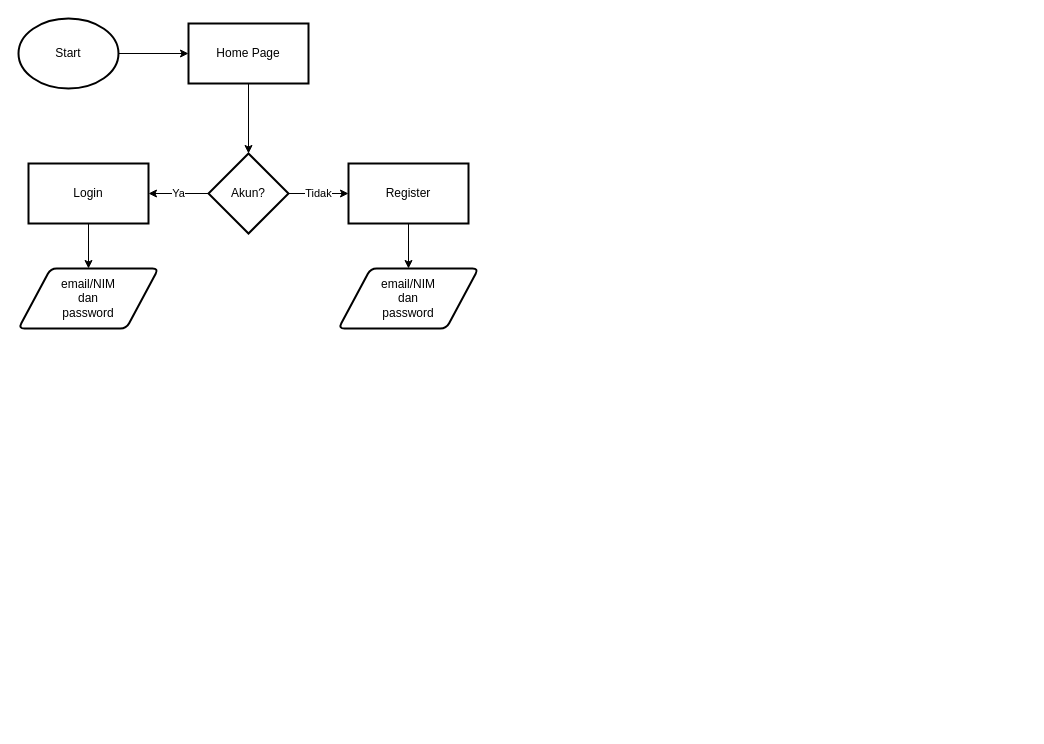
GibransLF/minprokrs keeps this draw.io diagram as page "mahasiswa" (2 of 2) of Untitled Diagram.drawio. Above is the earlier version. Source tidied: cells renumbered, new cells numbered last; positions are measured from the earlier drawing's top-left corner, leaving out a move shared by most shapes. Both pictures are drawn from the tidied source at 100%, with x=0, y=0 at pixel (18, 18).
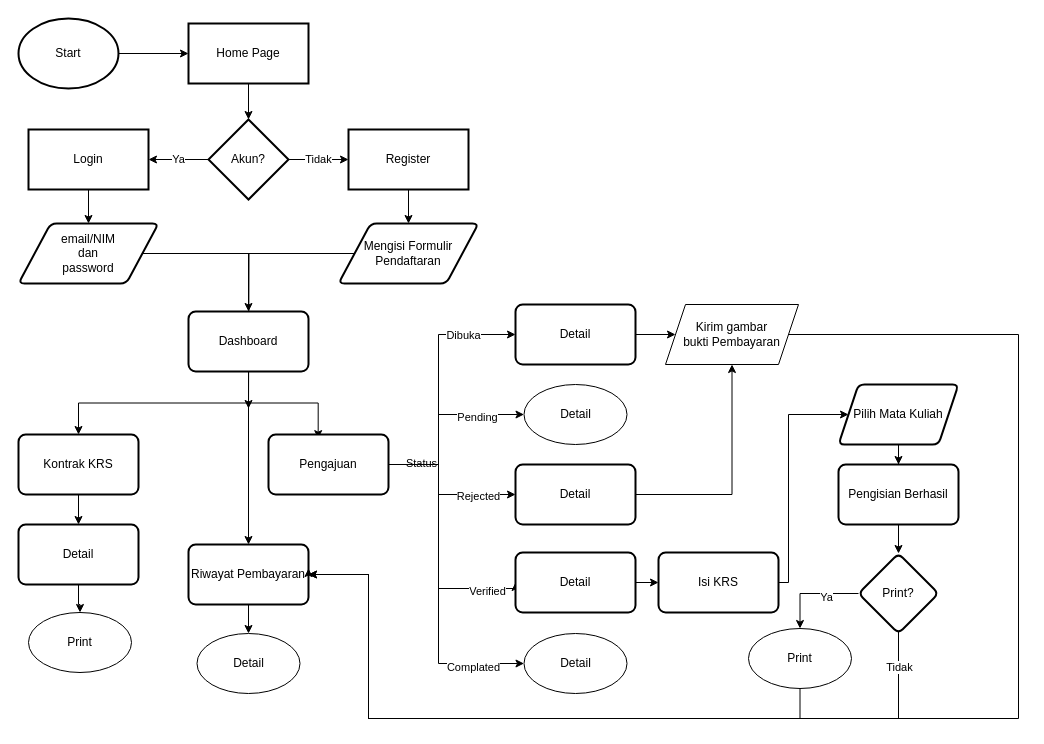
The same diagram, later.

The edit, as a diff of the source:
```diff
@@
     <mxCell id="8" value="Akun?" style="rhombus;whiteSpace=wrap;html=1;strokeWidth=2;" parent="1" vertex="1">
-      <mxGeometry x="190" y="135" width="80" height="80" as="geometry" />
+      <mxGeometry x="190" y="101" width="80" height="80" as="geometry" />
     </mxCell>
@@
     <mxCell id="10" value="Login" style="whiteSpace=wrap;html=1;strokeWidth=2;" parent="1" vertex="1">
-      <mxGeometry x="10" y="145" width="120" height="60" as="geometry" />
+      <mxGeometry x="10" y="111" width="120" height="60" as="geometry" />
     </mxCell>
@@
     <mxCell id="12" value="Register" style="whiteSpace=wrap;html=1;strokeWidth=2;" parent="1" vertex="1">
-      <mxGeometry x="330" y="145" width="120" height="60" as="geometry" />
+      <mxGeometry x="330" y="111" width="120" height="60" as="geometry" />
     </mxCell>
+    <mxCell id="15" style="edgeStyle=orthogonalEdgeStyle;rounded=0;jettySize=auto;html=1;" parent="1" edge="1" source="13">
+      <mxGeometry relative="1" as="geometry">
+        <mxPoint x="230" y="390" as="targetPoint" />
+      </mxGeometry>
+    </mxCell>
     <mxCell id="13" value="email/NIM &lt;br&gt;dan &lt;br&gt;password" style="shape=parallelogram;html=1;strokeWidth=2;perimeter=parallelogramPerimeter;whiteSpace=wrap;rounded=1;arcSize=12;size=0.23;" parent="1" vertex="1">
-      <mxGeometry y="250" width="140" height="60" as="geometry" />
+      <mxGeometry y="205" width="140" height="60" as="geometry" />
     </mxCell>
+    <mxCell id="16" style="edgeStyle=orthogonalEdgeStyle;rounded=0;jettySize=auto;html=1;" parent="1" edge="1" source="14" target="20">
+      <mxGeometry relative="1" as="geometry" />
+    </mxCell>
-    <mxCell id="14" value="email/NIM &lt;br&gt;dan &lt;br&gt;password" style="shape=parallelogram;html=1;strokeWidth=2;perimeter=parallelogramPerimeter;whiteSpace=wrap;rounded=1;arcSize=12;size=0.23;" parent="1" vertex="1">
-      <mxGeometry x="320" y="250" width="140" height="60" as="geometry" />
+    <mxCell id="14" value="Mengisi Formulir Pendaftaran" style="shape=parallelogram;html=1;strokeWidth=2;perimeter=parallelogramPerimeter;whiteSpace=wrap;rounded=1;arcSize=12;size=0.23;" parent="1" vertex="1">
+      <mxGeometry x="320" y="205" width="140" height="60" as="geometry" />
     </mxCell>
+    <mxCell id="17" style="edgeStyle=orthogonalEdgeStyle;rounded=0;jettySize=auto;html=1;entryX=0.414;entryY=0.069;entryDx=0;entryDy=0;entryPerimeter=0;" parent="1" edge="1" source="20" target="32">
+      <mxGeometry relative="1" as="geometry" />
+    </mxCell>
+    <mxCell id="18" style="edgeStyle=orthogonalEdgeStyle;rounded=0;jettySize=auto;html=1;" parent="1" edge="1" source="20" target="46">
+      <mxGeometry relative="1" as="geometry" />
+    </mxCell>
+    <mxCell id="19" style="edgeStyle=orthogonalEdgeStyle;rounded=0;jettySize=auto;html=1;exitX=0.5;exitY=1;exitDx=0;exitDy=0;" parent="1" edge="1" source="20" target="60">
+      <mxGeometry relative="1" as="geometry" />
+    </mxCell>
+    <mxCell id="20" value="Dashboard" style="whiteSpace=wrap;html=1;strokeWidth=2;rounded=1;arcSize=12;" parent="1" vertex="1">
+      <mxGeometry x="170" y="293" width="120" height="60" as="geometry" />
+    </mxCell>
+    <mxCell id="21" style="edgeStyle=orthogonalEdgeStyle;rounded=0;jettySize=auto;html=1;entryX=0;entryY=0.5;entryDx=0;entryDy=0;" parent="1" edge="1" source="32" target="34">
+      <mxGeometry relative="1" as="geometry">
+        <Array as="points">
+          <mxPoint x="420" y="446" />
+          <mxPoint x="420" y="316" />
+        </Array>
+      </mxGeometry>
+    </mxCell>
+    <mxCell id="22" value="Dibuka" style="edgeLabel;html=1;align=center;verticalAlign=middle;" parent="21" vertex="1">
+      <mxGeometry x="0.59" relative="1" as="geometry" />
+    </mxCell>
+    <mxCell id="23" style="edgeStyle=orthogonalEdgeStyle;rounded=0;jettySize=auto;html=1;entryX=0;entryY=0.5;entryDx=0;entryDy=0;" parent="1" edge="1" source="32" target="47">
+      <mxGeometry relative="1" as="geometry">
+        <Array as="points">
+          <mxPoint x="420" y="446" />
+          <mxPoint x="420" y="396" />
+        </Array>
+      </mxGeometry>
+    </mxCell>
+    <mxCell id="24" value="Status" style="edgeLabel;html=1;align=center;verticalAlign=middle;" parent="23" vertex="1">
+      <mxGeometry x="-0.65" y="2" relative="1" as="geometry" />
+    </mxCell>
+    <mxCell id="25" value="Pending" style="edgeLabel;html=1;align=center;verticalAlign=middle;" parent="23" vertex="1">
+      <mxGeometry x="0.49" y="-2" relative="1" as="geometry" />
+    </mxCell>
+    <mxCell id="26" style="edgeStyle=orthogonalEdgeStyle;rounded=0;jettySize=auto;html=1;" parent="1" edge="1" source="32" target="38">
+      <mxGeometry relative="1" as="geometry">
+        <Array as="points">
+          <mxPoint x="420" y="446" />
+          <mxPoint x="420" y="476" />
+        </Array>
+      </mxGeometry>
+    </mxCell>
+    <mxCell id="27" value="Rejected" style="edgeLabel;html=1;align=center;verticalAlign=middle;" parent="26" vertex="1">
+      <mxGeometry x="0.52" y="-1" relative="1" as="geometry" />
+    </mxCell>
+    <mxCell id="28" style="edgeStyle=orthogonalEdgeStyle;rounded=0;jettySize=auto;html=1;entryX=0;entryY=0.5;entryDx=0;entryDy=0;exitX=1;exitY=0.5;exitDx=0;exitDy=0;" parent="1" edge="1" source="32" target="48">
+      <mxGeometry relative="1" as="geometry">
+        <Array as="points">
+          <mxPoint x="420" y="446" />
+          <mxPoint x="420" y="645" />
+        </Array>
+      </mxGeometry>
+    </mxCell>
+    <mxCell id="29" value="Complated" style="edgeLabel;html=1;align=center;verticalAlign=middle;" parent="28" vertex="1">
+      <mxGeometry x="0.69" y="-3" relative="1" as="geometry" />
+    </mxCell>
+    <mxCell id="30" style="edgeStyle=orthogonalEdgeStyle;rounded=0;jettySize=auto;html=1;entryX=0;entryY=0.5;entryDx=0;entryDy=0;" parent="1" edge="1" source="32" target="40">
+      <mxGeometry relative="1" as="geometry">
+        <Array as="points">
+          <mxPoint x="420" y="446" />
+          <mxPoint x="420" y="570" />
+          <mxPoint x="497" y="570" />
+        </Array>
+      </mxGeometry>
+    </mxCell>
+    <mxCell id="31" value="Verified" style="edgeLabel;html=1;align=center;verticalAlign=middle;" parent="30" vertex="1">
+      <mxGeometry x="0.73" y="-2" relative="1" as="geometry" />
+    </mxCell>
+    <mxCell id="32" value="Pengajuan" style="whiteSpace=wrap;html=1;strokeWidth=2;rounded=1;arcSize=12;" parent="1" vertex="1">
+      <mxGeometry x="250" y="416" width="120" height="60" as="geometry" />
+    </mxCell>
+    <mxCell id="33" style="edgeStyle=orthogonalEdgeStyle;rounded=0;jettySize=auto;html=1;" parent="1" edge="1" source="34" target="36">
+      <mxGeometry relative="1" as="geometry" />
+    </mxCell>
+    <mxCell id="34" value="Detail" style="whiteSpace=wrap;html=1;strokeWidth=2;rounded=1;arcSize=12;" parent="1" vertex="1">
+      <mxGeometry x="497" y="286" width="120" height="60" as="geometry" />
+    </mxCell>
+    <mxCell id="35" style="edgeStyle=orthogonalEdgeStyle;rounded=0;jettySize=auto;html=1;entryX=1;entryY=0.5;entryDx=0;entryDy=0;exitX=1;exitY=0.5;exitDx=0;exitDy=0;" parent="1" edge="1" source="36" target="46">
+      <mxGeometry relative="1" as="geometry">
+        <Array as="points">
+          <mxPoint x="1000" y="316" />
+          <mxPoint x="1000" y="700" />
+          <mxPoint x="350" y="700" />
+          <mxPoint x="350" y="556" />
+        </Array>
+      </mxGeometry>
+    </mxCell>
+    <mxCell id="36" value="Kirim gambar&lt;br&gt;bukti Pembayaran" style="shape=parallelogram;perimeter=parallelogramPerimeter;whiteSpace=wrap;html=1;fixedSize=1;" parent="1" vertex="1">
+      <mxGeometry x="647" y="286" width="133" height="60" as="geometry" />
+    </mxCell>
+    <mxCell id="37" style="edgeStyle=orthogonalEdgeStyle;rounded=0;jettySize=auto;html=1;entryX=0.5;entryY=1;entryDx=0;entryDy=0;" parent="1" edge="1" source="38" target="36">
+      <mxGeometry relative="1" as="geometry" />
+    </mxCell>
+    <mxCell id="38" value="Detail" style="whiteSpace=wrap;html=1;strokeWidth=2;rounded=1;arcSize=12;" parent="1" vertex="1">
+      <mxGeometry x="497" y="446" width="120" height="60" as="geometry" />
+    </mxCell>
+    <mxCell id="39" style="edgeStyle=orthogonalEdgeStyle;rounded=0;jettySize=auto;html=1;" parent="1" edge="1" source="40" target="42">
+      <mxGeometry relative="1" as="geometry" />
+    </mxCell>
+    <mxCell id="40" value="Detail" style="whiteSpace=wrap;html=1;strokeWidth=2;rounded=1;arcSize=12;" parent="1" vertex="1">
+      <mxGeometry x="497" y="534" width="120" height="60" as="geometry" />
+    </mxCell>
+    <mxCell id="41" style="edgeStyle=orthogonalEdgeStyle;rounded=0;jettySize=auto;html=1;entryX=0;entryY=0.5;entryDx=0;entryDy=0;" parent="1" edge="1" source="42" target="44">
+      <mxGeometry relative="1" as="geometry">
+        <Array as="points">
+          <mxPoint x="770" y="564" />
+          <mxPoint x="770" y="396" />
+        </Array>
+      </mxGeometry>
+    </mxCell>
+    <mxCell id="42" value="Isi KRS" style="whiteSpace=wrap;html=1;strokeWidth=2;rounded=1;arcSize=12;" parent="1" vertex="1">
+      <mxGeometry x="640" y="534" width="120" height="60" as="geometry" />
+    </mxCell>
+    <mxCell id="43" style="edgeStyle=orthogonalEdgeStyle;rounded=0;jettySize=auto;html=1;" parent="1" edge="1" source="44" target="50">
+      <mxGeometry relative="1" as="geometry" />
+    </mxCell>
+    <mxCell id="44" value="Pilih Mata Kuliah" style="shape=parallelogram;perimeter=parallelogramPerimeter;whiteSpace=wrap;html=1;fixedSize=1;strokeWidth=2;rounded=1;arcSize=12;" parent="1" vertex="1">
+      <mxGeometry x="820" y="366" width="120" height="60" as="geometry" />
+    </mxCell>
+    <mxCell id="45" style="edgeStyle=orthogonalEdgeStyle;rounded=0;jettySize=auto;html=1;" parent="1" edge="1" source="46" target="58">
+      <mxGeometry relative="1" as="geometry" />
+    </mxCell>
+    <mxCell id="46" value="Riwayat Pembayaran" style="whiteSpace=wrap;html=1;strokeWidth=2;rounded=1;arcSize=12;" parent="1" vertex="1">
+      <mxGeometry x="170" y="526" width="120" height="60" as="geometry" />
+    </mxCell>
+    <mxCell id="47" value="Detail" style="ellipse;whiteSpace=wrap;html=1;" parent="1" vertex="1">
+      <mxGeometry x="505.5" y="366" width="103" height="60" as="geometry" />
+    </mxCell>
+    <mxCell id="48" value="Detail" style="ellipse;whiteSpace=wrap;html=1;" parent="1" vertex="1">
+      <mxGeometry x="505.5" y="615" width="103" height="60" as="geometry" />
+    </mxCell>
+    <mxCell id="49" style="edgeStyle=orthogonalEdgeStyle;rounded=0;jettySize=auto;html=1;" parent="1" edge="1" source="50" target="55">
+      <mxGeometry relative="1" as="geometry" />
+    </mxCell>
+    <mxCell id="50" value="Pengisian Berhasil" style="whiteSpace=wrap;html=1;strokeWidth=2;rounded=1;arcSize=12;" parent="1" vertex="1">
+      <mxGeometry x="820" y="446" width="120" height="60" as="geometry" />
+    </mxCell>
+    <mxCell id="51" style="edgeStyle=orthogonalEdgeStyle;rounded=0;jettySize=auto;html=1;entryX=0.5;entryY=0;entryDx=0;entryDy=0;" parent="1" edge="1" source="55" target="57">
+      <mxGeometry relative="1" as="geometry" />
+    </mxCell>
+    <mxCell id="52" value="Ya" style="edgeLabel;html=1;align=center;verticalAlign=middle;" parent="51" vertex="1">
+      <mxGeometry x="-0.3" y="3" relative="1" as="geometry" />
+    </mxCell>
+    <mxCell id="53" style="edgeStyle=orthogonalEdgeStyle;rounded=0;jettySize=auto;html=1;entryX=1;entryY=0.4;entryDx=0;entryDy=0;entryPerimeter=0;" parent="1" edge="1" target="46">
+      <mxGeometry relative="1" as="geometry">
+        <mxPoint x="880" y="611" as="sourcePoint" />
+        <Array as="points">
+          <mxPoint x="880" y="700" />
+          <mxPoint x="350" y="700" />
+          <mxPoint x="350" y="556" />
+          <mxPoint x="290" y="556" />
+        </Array>
+      </mxGeometry>
+    </mxCell>
+    <mxCell id="54" value="Tidak" style="edgeLabel;html=1;align=center;verticalAlign=middle;" parent="53" vertex="1">
+      <mxGeometry x="-0.91" relative="1" as="geometry" />
+    </mxCell>
+    <mxCell id="55" value="Print?" style="rhombus;whiteSpace=wrap;html=1;strokeWidth=2;rounded=1;arcSize=12;" parent="1" vertex="1">
+      <mxGeometry x="840" y="535" width="80" height="80" as="geometry" />
+    </mxCell>
+    <mxCell id="56" style="edgeStyle=orthogonalEdgeStyle;rounded=0;jettySize=auto;html=1;entryX=1;entryY=0.5;entryDx=0;entryDy=0;" parent="1" edge="1" source="57" target="46">
+      <mxGeometry relative="1" as="geometry">
+        <Array as="points">
+          <mxPoint x="782" y="700" />
+          <mxPoint x="350" y="700" />
+          <mxPoint x="350" y="556" />
+        </Array>
+      </mxGeometry>
+    </mxCell>
+    <mxCell id="57" value="Print" style="ellipse;whiteSpace=wrap;html=1;" parent="1" vertex="1">
+      <mxGeometry x="730" y="610" width="103" height="60" as="geometry" />
+    </mxCell>
+    <mxCell id="58" value="Detail" style="ellipse;whiteSpace=wrap;html=1;" parent="1" vertex="1">
+      <mxGeometry x="178.5" y="615" width="103" height="60" as="geometry" />
+    </mxCell>
+    <mxCell id="59" style="edgeStyle=orthogonalEdgeStyle;rounded=0;jettySize=auto;html=1;" parent="1" edge="1" source="60" target="62">
+      <mxGeometry relative="1" as="geometry" />
+    </mxCell>
+    <mxCell id="60" value="Kontrak KRS" style="whiteSpace=wrap;html=1;strokeWidth=2;rounded=1;arcSize=12;" parent="1" vertex="1">
+      <mxGeometry y="416" width="120" height="60" as="geometry" />
+    </mxCell>
+    <mxCell id="61" style="edgeStyle=orthogonalEdgeStyle;rounded=0;jettySize=auto;html=1;" parent="1" edge="1" source="62" target="63">
+      <mxGeometry relative="1" as="geometry" />
+    </mxCell>
+    <mxCell id="62" value="Detail" style="whiteSpace=wrap;html=1;strokeWidth=2;rounded=1;arcSize=12;" parent="1" vertex="1">
+      <mxGeometry y="506" width="120" height="60" as="geometry" />
+    </mxCell>
+    <mxCell id="63" value="Print" style="ellipse;whiteSpace=wrap;html=1;" parent="1" vertex="1">
+      <mxGeometry x="10" y="594" width="103" height="60" as="geometry" />
+    </mxCell>
```
